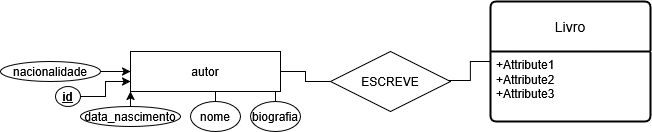
Before: projeto2.drawio.png, a diagram exported from draw.io (welbersued/bancodedadostrabav2). Source tidied: cells renumbered, new cells last; positions are measured from the earlier drawing's top-left corner, leaving out a move shared by most shapes.
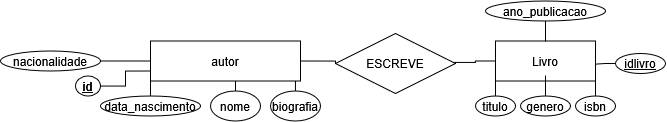
Above is the later version.

Change to the diagram source:
```diff
@@ -2,19 +2,13 @@
   <root>
     <mxCell id="0" />
     <mxCell id="1" parent="0" />
-    <mxCell id="2" value="Livro" style="swimlane;horizontal=1;startSize=50;rounded=1;fontSize=14;fontStyle=0;strokeWidth=2;shadow=0;dashed=0;align=center;arcSize=4;whiteSpace=wrap;html=1;" parent="1" vertex="1">
-      <mxGeometry x="490" width="160" height="120" as="geometry" />
-    </mxCell>
-    <mxCell id="3" value="+Attribute1&#10;+Attribute2&#10;+Attribute3" style="align=left;strokeColor=none;fillColor=none;spacingLeft=4;spacingRight=4;fontSize=12;verticalAlign=top;html=1;whiteSpace=wrap;" parent="2" vertex="1">
-      <mxGeometry y="50" width="160" height="70" as="geometry" />
-    </mxCell>
     <mxCell id="4" value="ESCREVE" style="shape=rhombus;perimeter=rhombusPerimeter;whiteSpace=wrap;html=1;align=center;" parent="1" vertex="1">
-      <mxGeometry x="330" y="50" width="120" height="60" as="geometry" />
+      <mxGeometry x="315" y="42.5" width="120" height="60" as="geometry" />
     </mxCell>
     <mxCell id="5" style="edgeStyle=orthogonalEdgeStyle;rounded=0;jettySize=auto;html=1;exitX=1;exitY=0.5;exitDx=0;exitDy=0;entryX=0;entryY=0.5;entryDx=0;entryDy=0;endArrow=none;startFill=0;" parent="1" edge="1" source="15" target="4">
       <mxGeometry relative="1" as="geometry" />
     </mxCell>
-    <mxCell id="6" style="edgeStyle=orthogonalEdgeStyle;rounded=0;jettySize=auto;html=1;exitX=0;exitY=0.5;exitDx=0;exitDy=0;entryX=0.98;entryY=0.483;entryDx=0;entryDy=0;entryPerimeter=0;endArrow=none;startFill=0;" parent="1" edge="1" source="2" target="4">
+    <mxCell id="6" style="edgeStyle=orthogonalEdgeStyle;rounded=0;jettySize=auto;html=1;entryX=0.98;entryY=0.483;entryDx=0;entryDy=0;entryPerimeter=0;endArrow=none;startFill=0;" parent="1" edge="1" source="2" target="4">
       <mxGeometry relative="1" as="geometry" />
     </mxCell>
     <mxCell id="7" style="edgeStyle=orthogonalEdgeStyle;rounded=0;jettySize=auto;html=1;" parent="1" edge="1" source="8" target="15">
@@ -23,11 +17,11 @@
     <mxCell id="8" value="nome" style="ellipse;whiteSpace=wrap;html=1;align=center;fontStyle=0;" parent="1" vertex="1">
       <mxGeometry x="190" y="100" width="50" height="30" as="geometry" />
     </mxCell>
-    <mxCell id="9" style="edgeStyle=orthogonalEdgeStyle;rounded=0;jettySize=auto;html=1;" parent="1" edge="1" source="10" target="15">
+    <mxCell id="9" style="edgeStyle=orthogonalEdgeStyle;rounded=0;jettySize=auto;html=1;entryX=0;entryY=0.5;entryDx=0;entryDy=0;endArrow=none;startFill=0;" parent="1" edge="1" source="10" target="15">
       <mxGeometry relative="1" as="geometry" />
     </mxCell>
     <mxCell id="10" value="&lt;div&gt;nacionalidade&lt;/div&gt;" style="ellipse;whiteSpace=wrap;html=1;align=center;fontStyle=0;" parent="1" vertex="1">
-      <mxGeometry y="60" width="100" height="20" as="geometry" />
+      <mxGeometry x="-20" y="60" width="100" height="20" as="geometry" />
     </mxCell>
     <mxCell id="11" style="edgeStyle=orthogonalEdgeStyle;rounded=0;jettySize=auto;html=1;entryX=0.75;entryY=1;entryDx=0;entryDy=0;" parent="1" edge="1" source="12" target="15">
       <mxGeometry relative="1" as="geometry" />
@@ -35,7 +29,7 @@
     <mxCell id="12" value="biografia" style="ellipse;whiteSpace=wrap;html=1;align=center;fontStyle=0;" parent="1" vertex="1">
       <mxGeometry x="250" y="100" width="50" height="30" as="geometry" />
     </mxCell>
-    <mxCell id="13" style="edgeStyle=orthogonalEdgeStyle;rounded=0;jettySize=auto;html=1;entryX=0;entryY=1;entryDx=0;entryDy=0;" parent="1" edge="1" source="14" target="15">
+    <mxCell id="13" style="edgeStyle=orthogonalEdgeStyle;rounded=0;jettySize=auto;html=1;entryX=0;entryY=1;entryDx=0;entryDy=0;endArrow=none;startFill=0;" parent="1" edge="1" source="14" target="15">
       <mxGeometry relative="1" as="geometry" />
     </mxCell>
     <mxCell id="14" value="data_nascimento" style="ellipse;whiteSpace=wrap;html=1;align=center;fontStyle=0;" parent="1" vertex="1">
@@ -44,11 +38,44 @@
     <mxCell id="15" value="autor" style="whiteSpace=wrap;html=1;align=center;" parent="1" vertex="1">
       <mxGeometry x="130" y="50" width="150" height="40" as="geometry" />
     </mxCell>
-    <mxCell id="16" style="edgeStyle=orthogonalEdgeStyle;rounded=0;jettySize=auto;html=1;entryX=0;entryY=0.75;entryDx=0;entryDy=0;" parent="1" edge="1" source="17" target="15">
+    <mxCell id="16" style="edgeStyle=orthogonalEdgeStyle;rounded=0;jettySize=auto;html=1;entryX=0;entryY=0.75;entryDx=0;entryDy=0;endArrow=none;startFill=0;" parent="1" edge="1" source="17" target="15">
       <mxGeometry relative="1" as="geometry" />
     </mxCell>
     <mxCell id="17" value="id" style="ellipse;whiteSpace=wrap;html=1;align=center;fontStyle=5;" parent="1" vertex="1">
       <mxGeometry x="55" y="85" width="25" height="20" as="geometry" />
     </mxCell>
+    <mxCell id="2" value="Livro" style="whiteSpace=wrap;html=1;align=center;" parent="1" vertex="1">
+      <mxGeometry x="475" y="50" width="100" height="40" as="geometry" />
+    </mxCell>
+    <mxCell id="18" style="edgeStyle=orthogonalEdgeStyle;rounded=0;jettySize=auto;html=1;entryX=0;entryY=1;entryDx=0;entryDy=0;endArrow=none;startFill=0;" parent="1" edge="1" source="19" target="2">
+      <mxGeometry relative="1" as="geometry" />
+    </mxCell>
+    <mxCell id="19" value="&lt;div&gt;titulo&lt;/div&gt;" style="ellipse;whiteSpace=wrap;html=1;align=center;" parent="1" vertex="1">
+      <mxGeometry x="455" y="105" width="40" height="20" as="geometry" />
+    </mxCell>
+    <mxCell id="20" style="edgeStyle=orthogonalEdgeStyle;rounded=0;jettySize=auto;html=1;entryX=0.5;entryY=0;entryDx=0;entryDy=0;endArrow=none;startFill=0;" parent="1" edge="1" source="21" target="2">
+      <mxGeometry relative="1" as="geometry" />
+    </mxCell>
+    <mxCell id="21" value="&lt;div&gt;ano_publicacao&lt;/div&gt;" style="ellipse;whiteSpace=wrap;html=1;align=center;" parent="1" vertex="1">
+      <mxGeometry x="465" y="10" width="120" height="20" as="geometry" />
+    </mxCell>
+    <mxCell id="22" style="edgeStyle=orthogonalEdgeStyle;rounded=0;jettySize=auto;html=1;entryX=0.5;entryY=1;entryDx=0;entryDy=0;endArrow=none;startFill=0;" parent="1" edge="1" source="23" target="2">
+      <mxGeometry relative="1" as="geometry" />
+    </mxCell>
+    <mxCell id="23" value="&lt;div&gt;genero&lt;/div&gt;" style="ellipse;whiteSpace=wrap;html=1;align=center;" parent="1" vertex="1">
+      <mxGeometry x="500" y="105" width="50" height="20" as="geometry" />
+    </mxCell>
+    <mxCell id="24" style="edgeStyle=orthogonalEdgeStyle;rounded=0;jettySize=auto;html=1;entryX=1;entryY=1;entryDx=0;entryDy=0;endArrow=none;startFill=0;" parent="1" edge="1" source="25" target="2">
+      <mxGeometry relative="1" as="geometry" />
+    </mxCell>
+    <mxCell id="25" value="isbn" style="ellipse;whiteSpace=wrap;html=1;align=center;" parent="1" vertex="1">
+      <mxGeometry x="555" y="105" width="40" height="20" as="geometry" />
+    </mxCell>
+    <mxCell id="26" value="&lt;div&gt;idlivro&lt;/div&gt;" style="ellipse;whiteSpace=wrap;html=1;align=center;fontStyle=4;" parent="1" vertex="1">
+      <mxGeometry x="595" y="62.5" width="50" height="20" as="geometry" />
+    </mxCell>
+    <mxCell id="27" style="edgeStyle=orthogonalEdgeStyle;rounded=0;jettySize=auto;html=1;entryX=1.001;entryY=0.578;entryDx=0;entryDy=0;entryPerimeter=0;endArrow=none;startFill=0;" parent="1" edge="1" source="26" target="2">
+      <mxGeometry relative="1" as="geometry" />
+    </mxCell>
   </root>
 </mxGraphModel>
```
